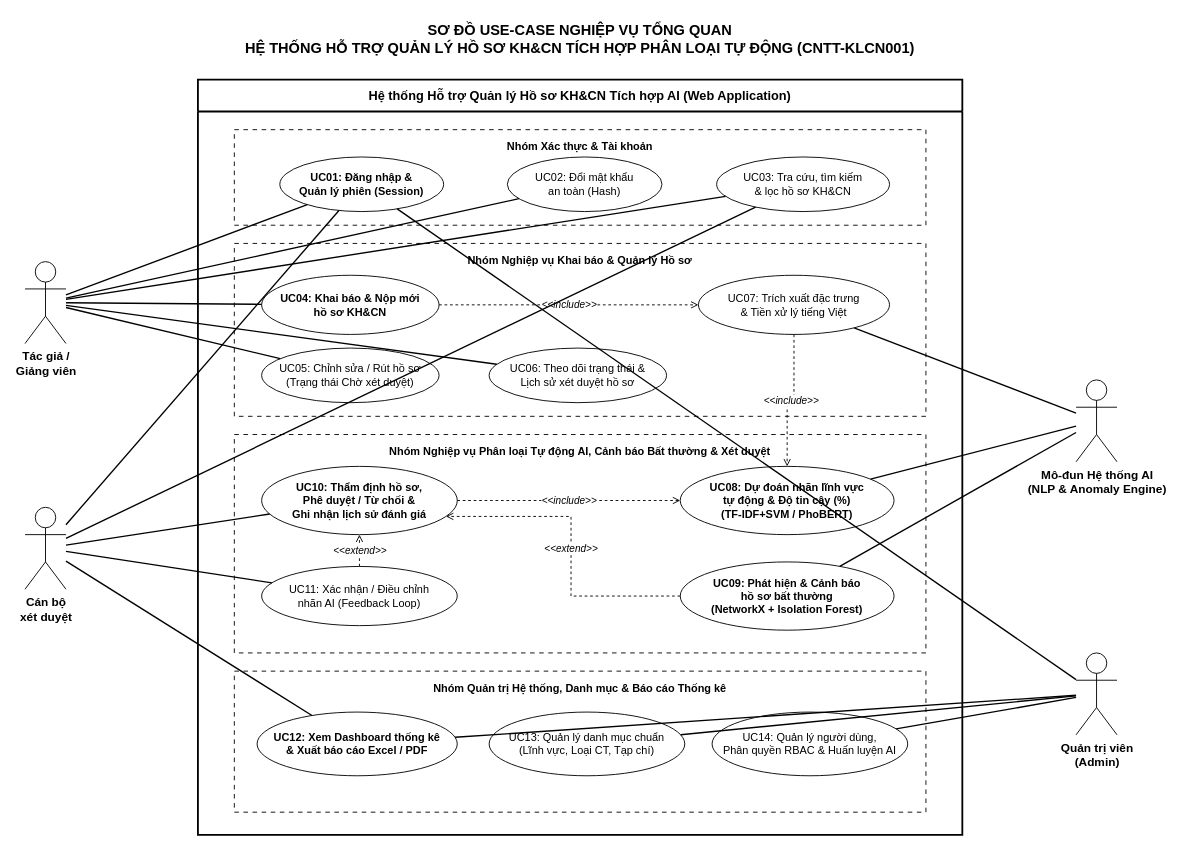
This is diagrams/01_UseCase_NghiepVu_TongQuan.drawio from nguyenthanhphat-144/KLCN_2026, a draw.io file, before an edit. Source tidied: cells renumbered, new cells numbered last; positions are measured from the earlier drawing's top-left corner, leaving out a move shared by most shapes. Both pictures are drawn from the tidied source at 91%, with x=0, y=0 at pixel (25, 15).
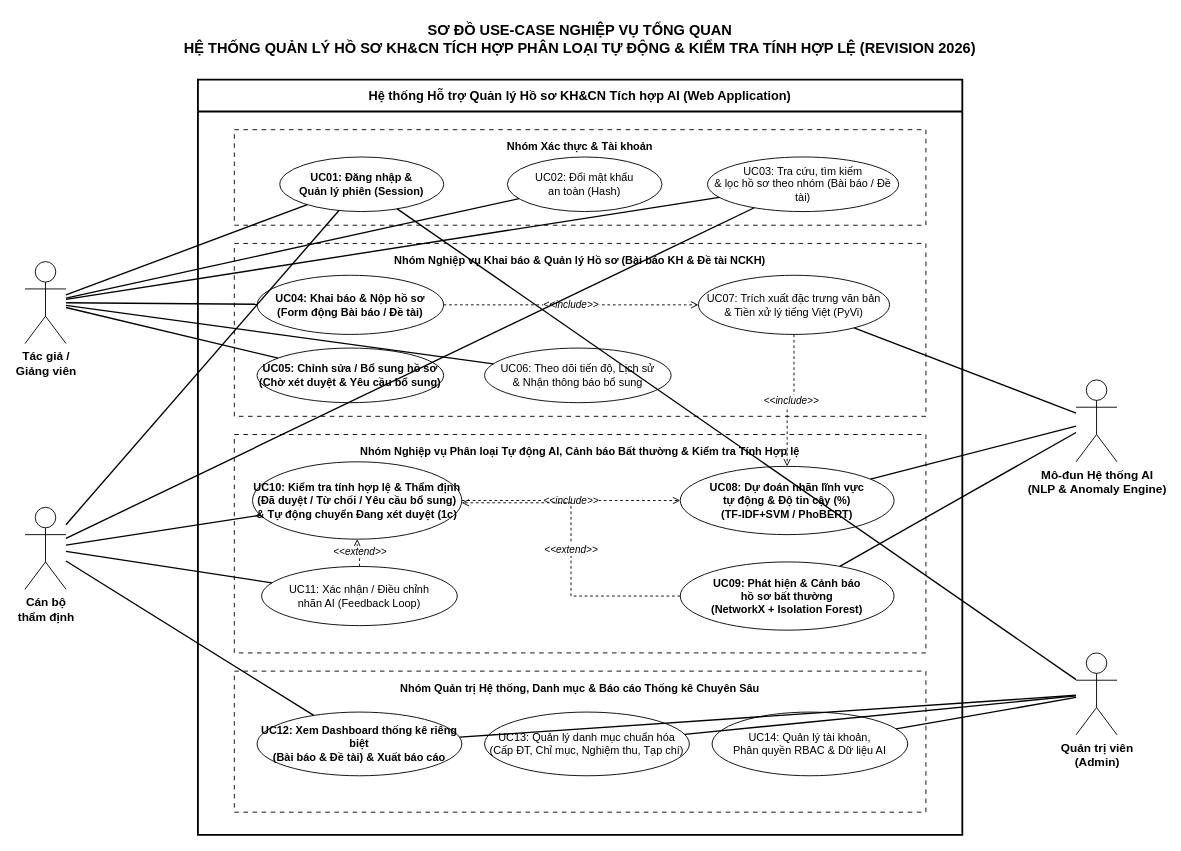
The same page after the edit.

The change refers to these unchanged cells:
```xml
<mxCell id="3" value="Hệ thống Hỗ trợ Quản lý Hồ sơ KH&amp;CN Tích hợp AI (Web Application)" style="swimlane;whiteSpace=wrap;html=1;startSize=35;fillColor=#FFFFFF;strokeColor=#000000;strokeWidth=2;fontSize=14;fontStyle=1;fontColor=#000000;rounded=0;" parent="1" vertex="1">
  <mxGeometry x="190" y="70" width="840" height="830" as="geometry" />
</mxCell>
<mxCell id="15" value="UC09: Phát hiện &amp; Cảnh báo&#10;hồ sơ bất thường&#10;(NetworkX + Isolation Forest)" style="ellipse;whiteSpace=wrap;html=1;fillColor=#FFFFFF;strokeColor=#000000;fontStyle=1;fontSize=12;fontColor=#000000;" parent="3" vertex="1">
  <mxGeometry x="530" y="530" width="235" height="75" as="geometry" />
</mxCell>
```

Diff of the diagram source:
```diff
@@
-    <mxCell id="2" value="SƠ ĐỒ USE-CASE NGHIỆP VỤ TỔNG QUAN&#10;HỆ THỐNG HỖ TRỢ QUẢN LÝ HỒ SƠ KH&amp;CN TÍCH HỢP PHÂN LOẠI TỰ ĐỘNG (CNTT-KLCN001)" style="text;html=1;strokeColor=none;fillColor=none;align=center;verticalAlign=middle;whiteSpace=wrap;rounded=0;fontSize=16;fontStyle=1;fontColor=#000000;" parent="1" vertex="1">
+    <mxCell id="2" value="SƠ ĐỒ USE-CASE NGHIỆP VỤ TỔNG QUAN&#10;HỆ THỐNG QUẢN LÝ HỒ SƠ KH&amp;CN TÍCH HỢP PHÂN LOẠI TỰ ĐỘNG &amp; KIỂM TRA TÍNH HỢP LỆ (REVISION 2026)" style="text;html=1;strokeColor=none;fillColor=none;align=center;verticalAlign=middle;whiteSpace=wrap;rounded=0;fontSize=16;fontStyle=1;fontColor=#000000;" parent="1" vertex="1">
       <mxGeometry x="160" width="900" height="50" as="geometry" />
     </mxCell>
@@
-    <mxCell id="7" value="UC03: Tra cứu, tìm kiếm&#10;&amp; lọc hồ sơ KH&amp;CN" style="ellipse;whiteSpace=wrap;html=1;fillColor=#FFFFFF;strokeColor=#000000;fontSize=12;fontColor=#000000;" parent="3" vertex="1">
-      <mxGeometry x="570" y="85" width="190" height="60" as="geometry" />
+    <mxCell id="7" value="UC03: Tra cứu, tìm kiếm&#10;&amp; lọc hồ sơ theo nhóm (Bài báo / Đề tài)" style="ellipse;whiteSpace=wrap;html=1;fillColor=#FFFFFF;strokeColor=#000000;fontSize=12;fontColor=#000000;" parent="3" vertex="1">
+      <mxGeometry x="560" y="85" width="210" height="60" as="geometry" />
     </mxCell>
-    <mxCell id="8" value="Nhóm Nghiệp vụ Khai báo &amp; Quản lý Hồ sơ" style="rounded=0;whiteSpace=wrap;html=1;dashed=1;dashPattern=5 5;fillColor=#FFFFFF;strokeColor=#000000;verticalAlign=top;fontStyle=1;fontSize=12;fontColor=#000000;spacingTop=5;" parent="3" vertex="1">
+    <mxCell id="8" value="Nhóm Nghiệp vụ Khai báo &amp; Quản lý Hồ sơ (Bài báo KH &amp; Đề tài NCKH)" style="rounded=0;whiteSpace=wrap;html=1;dashed=1;dashPattern=5 5;fillColor=#FFFFFF;strokeColor=#000000;verticalAlign=top;fontStyle=1;fontSize=12;fontColor=#000000;spacingTop=5;" parent="3" vertex="1">
       <mxGeometry x="40" y="180" width="760" height="190" as="geometry" />
     </mxCell>
-    <mxCell id="9" value="UC04: Khai báo &amp; Nộp mới&#10;hồ sơ KH&amp;CN" style="ellipse;whiteSpace=wrap;html=1;fillColor=#FFFFFF;strokeColor=#000000;fontStyle=1;fontSize=12;fontColor=#000000;" parent="3" vertex="1">
-      <mxGeometry x="70" y="215" width="195" height="65" as="geometry" />
+    <mxCell id="9" value="UC04: Khai báo &amp; Nộp hồ sơ&#10;(Form động Bài báo / Đề tài)" style="ellipse;whiteSpace=wrap;html=1;fillColor=#FFFFFF;strokeColor=#000000;fontStyle=1;fontSize=12;fontColor=#000000;" parent="3" vertex="1">
+      <mxGeometry x="65" y="215" width="205" height="65" as="geometry" />
     </mxCell>
-    <mxCell id="10" value="UC05: Chỉnh sửa / Rút hồ sơ&#10;(Trạng thái Chờ xét duyệt)" style="ellipse;whiteSpace=wrap;html=1;fillColor=#FFFFFF;strokeColor=#000000;fontSize=12;fontColor=#000000;" parent="3" vertex="1">
-      <mxGeometry x="70" y="295" width="195" height="60" as="geometry" />
+    <mxCell id="10" value="UC05: Chỉnh sửa / Bổ sung hồ sơ&#10;(Chờ xét duyệt &amp; Yêu cầu bổ sung)" style="ellipse;whiteSpace=wrap;html=1;fillColor=#FFFFFF;strokeColor=#000000;fontStyle=1;fontSize=12;fontColor=#000000;" parent="3" vertex="1">
+      <mxGeometry x="65" y="295" width="205" height="60" as="geometry" />
     </mxCell>
-    <mxCell id="11" value="UC06: Theo dõi trạng thái &amp;&#10;Lịch sử xét duyệt hồ sơ" style="ellipse;whiteSpace=wrap;html=1;fillColor=#FFFFFF;strokeColor=#000000;fontSize=12;fontColor=#000000;" parent="3" vertex="1">
-      <mxGeometry x="320" y="295" width="195" height="60" as="geometry" />
+    <mxCell id="11" value="UC06: Theo dõi tiến độ, Lịch sử&#10;&amp; Nhận thông báo bổ sung" style="ellipse;whiteSpace=wrap;html=1;fillColor=#FFFFFF;strokeColor=#000000;fontSize=12;fontColor=#000000;" parent="3" vertex="1">
+      <mxGeometry x="315" y="295" width="205" height="60" as="geometry" />
     </mxCell>
-    <mxCell id="12" value="UC07: Trích xuất đặc trưng&#10;&amp; Tiền xử lý tiếng Việt" style="ellipse;whiteSpace=wrap;html=1;fillColor=#FFFFFF;strokeColor=#000000;fontSize=12;fontColor=#000000;" parent="3" vertex="1">
+    <mxCell id="12" value="UC07: Trích xuất đặc trưng văn bản&#10;&amp; Tiền xử lý tiếng Việt (PyVi)" style="ellipse;whiteSpace=wrap;html=1;fillColor=#FFFFFF;strokeColor=#000000;fontSize=12;fontColor=#000000;" parent="3" vertex="1">
       <mxGeometry x="550" y="215" width="210" height="65" as="geometry" />
     </mxCell>
-    <mxCell id="13" value="Nhóm Nghiệp vụ Phân loại Tự động AI, Cảnh báo Bất thường &amp; Xét duyệt" style="rounded=0;whiteSpace=wrap;html=1;dashed=1;dashPattern=5 5;fillColor=#FFFFFF;strokeColor=#000000;verticalAlign=top;fontStyle=1;fontSize=12;fontColor=#000000;spacingTop=5;" parent="3" vertex="1">
+    <mxCell id="13" value="Nhóm Nghiệp vụ Phân loại Tự động AI, Cảnh báo Bất thường &amp; Kiểm tra Tính Hợp lệ" style="rounded=0;whiteSpace=wrap;html=1;dashed=1;dashPattern=5 5;fillColor=#FFFFFF;strokeColor=#000000;verticalAlign=top;fontStyle=1;fontSize=12;fontColor=#000000;spacingTop=5;" parent="3" vertex="1">
       <mxGeometry x="40" y="390" width="760" height="240" as="geometry" />
     </mxCell>
@@
-    <mxCell id="16" value="UC10: Thẩm định hồ sơ,&#10;Phê duyệt / Từ chối &amp;&#10;Ghi nhận lịch sử đánh giá" style="ellipse;whiteSpace=wrap;html=1;fillColor=#FFFFFF;strokeColor=#000000;fontStyle=1;fontSize=12;fontColor=#000000;" parent="3" vertex="1">
-      <mxGeometry x="70" y="425" width="215" height="75" as="geometry" />
+    <mxCell id="16" value="UC10: Kiểm tra tính hợp lệ &amp; Thẩm định&#10;(Đã duyệt / Từ chối / Yêu cầu bổ sung)&#10;&amp; Tự động chuyển Đang xét duyệt (1c)" style="ellipse;whiteSpace=wrap;html=1;fillColor=#FFFFFF;strokeColor=#000000;fontStyle=1;fontSize=12;fontColor=#000000;" parent="3" vertex="1">
+      <mxGeometry x="60" y="420" width="230" height="85" as="geometry" />
     </mxCell>
@@
-    <mxCell id="18" value="Nhóm Quản trị Hệ thống, Danh mục &amp; Báo cáo Thống kê" style="rounded=0;whiteSpace=wrap;html=1;dashed=1;dashPattern=5 5;fillColor=#FFFFFF;strokeColor=#000000;verticalAlign=top;fontStyle=1;fontSize=12;fontColor=#000000;spacingTop=5;" parent="3" vertex="1">
+    <mxCell id="18" value="Nhóm Quản trị Hệ thống, Danh mục &amp; Báo cáo Thống kê Chuyên Sâu" style="rounded=0;whiteSpace=wrap;html=1;dashed=1;dashPattern=5 5;fillColor=#FFFFFF;strokeColor=#000000;verticalAlign=top;fontStyle=1;fontSize=12;fontColor=#000000;spacingTop=5;" parent="3" vertex="1">
       <mxGeometry x="40" y="650" width="760" height="155" as="geometry" />
     </mxCell>
-    <mxCell id="19" value="UC12: Xem Dashboard thống kê&#10;&amp; Xuất báo cáo Excel / PDF" style="ellipse;whiteSpace=wrap;html=1;fillColor=#FFFFFF;strokeColor=#000000;fontStyle=1;fontSize=12;fontColor=#000000;" parent="3" vertex="1">
-      <mxGeometry x="65" y="695" width="220" height="70" as="geometry" />
+    <mxCell id="19" value="UC12: Xem Dashboard thống kê riêng biệt&#10;(Bài báo &amp; Đề tài) &amp; Xuất báo cáo" style="ellipse;whiteSpace=wrap;html=1;fillColor=#FFFFFF;strokeColor=#000000;fontStyle=1;fontSize=12;fontColor=#000000;" parent="3" vertex="1">
+      <mxGeometry x="65" y="695" width="225" height="70" as="geometry" />
     </mxCell>
-    <mxCell id="20" value="UC13: Quản lý danh mục chuẩn&#10;(Lĩnh vực, Loại CT, Tạp chí)" style="ellipse;whiteSpace=wrap;html=1;fillColor=#FFFFFF;strokeColor=#000000;fontSize=12;fontColor=#000000;" parent="3" vertex="1">
-      <mxGeometry x="320" y="695" width="215" height="70" as="geometry" />
+    <mxCell id="20" value="UC13: Quản lý danh mục chuẩn hóa&#10;(Cấp ĐT, Chỉ mục, Nghiệm thu, Tạp chí)" style="ellipse;whiteSpace=wrap;html=1;fillColor=#FFFFFF;strokeColor=#000000;fontSize=12;fontColor=#000000;" parent="3" vertex="1">
+      <mxGeometry x="315" y="695" width="225" height="70" as="geometry" />
     </mxCell>
-    <mxCell id="21" value="UC14: Quản lý người dùng,&#10;Phân quyền RBAC &amp; Huấn luyện AI" style="ellipse;whiteSpace=wrap;html=1;fillColor=#FFFFFF;strokeColor=#000000;fontSize=12;fontColor=#000000;" parent="3" vertex="1">
+    <mxCell id="21" value="UC14: Quản lý tài khoản,&#10;Phân quyền RBAC &amp; Dữ liệu AI" style="ellipse;whiteSpace=wrap;html=1;fillColor=#FFFFFF;strokeColor=#000000;fontSize=12;fontColor=#000000;" parent="3" vertex="1">
       <mxGeometry x="565" y="695" width="215" height="70" as="geometry" />
     </mxCell>
@@
     <mxCell id="25" value="&amp;lt;&amp;lt;extend&amp;gt;&amp;gt;" style="edgeStyle=orthogonalEdgeStyle;rounded=0;jettySize=auto;html=1;dashed=1;endArrow=open;endFill=0;strokeColor=#000000;fontStyle=2;fontSize=11;fontColor=#000000;" parent="3" edge="1" source="15" target="16">
       <mxGeometry relative="1" as="geometry">
         <Array as="points">
           <mxPoint x="410" y="568" />
-          <mxPoint x="410" y="480" />
+          <mxPoint x="410" y="465" />
         </Array>
       </mxGeometry>
     </mxCell>
@@
-    <mxCell id="28" value="Cán bộ&#10;xét duyệt" style="shape=umlActor;verticalLabelPosition=bottom;verticalAlign=top;html=1;outlineConnect=0;fillColor=#FFFFFF;strokeColor=#000000;fontStyle=1;fontSize=13;fontColor=#000000;" parent="1" vertex="1">
+    <mxCell id="28" value="Cán bộ&#10;thẩm định" style="shape=umlActor;verticalLabelPosition=bottom;verticalAlign=top;html=1;outlineConnect=0;fillColor=#FFFFFF;strokeColor=#000000;fontStyle=1;fontSize=13;fontColor=#000000;" parent="1" vertex="1">
       <mxGeometry y="540" width="45" height="90" as="geometry" />
     </mxCell>
```
